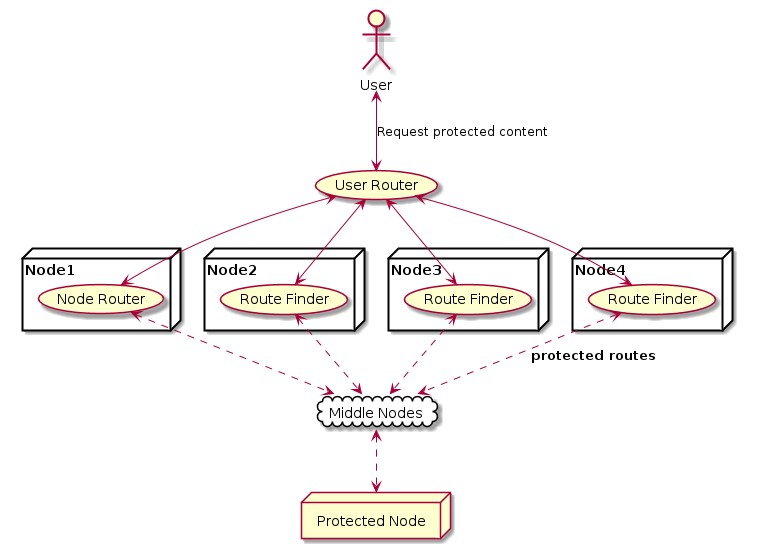
Above: img/protected-route.png in wetube/bitcloud (PlantUML), before the change. Source of this version:
```plantuml
@startuml
cloud "Middle Nodes" as MN {
}

node "Protected Node" as pnode
node Node1 {
(Node Router) as RF1
}
node Node2 {
(Route Finder) as RF2
}
node Node3 {
(Route Finder) as RF3
}
node Node4 {
(Route Finder) as RF4
}
RF1 <.down.> MN
RF2 <.down.> MN
RF3 <.down.> MN
RF4 <.down.> MN  : "<b>protected routes</b>"
(User Router) as RS
RS     <-down-> RF1
RS     <-down-> RF2
RS     <-down-> RF3
RS     <-down-> RF4
:User:     <-down-> RS : Request protected content
MN <.down.> pnode
@enduml
```
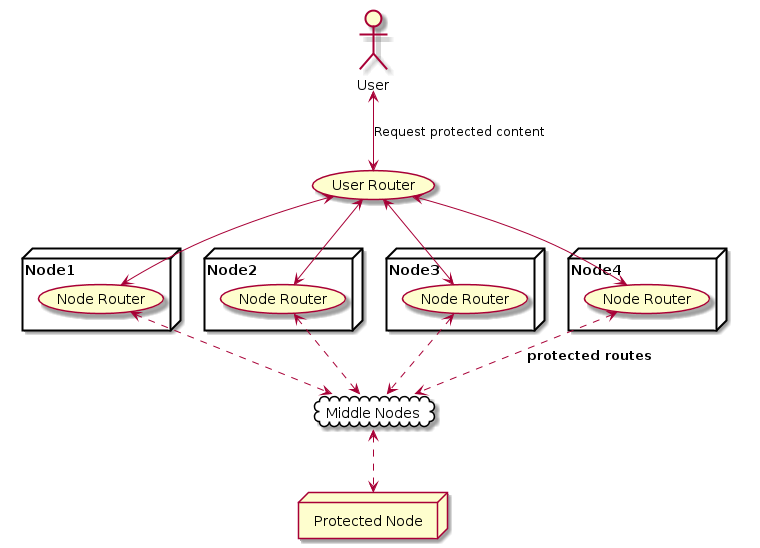
After the change.

Diff of the diagram source:
```diff
@@ -7,13 +7,13 @@
 (Node Router) as RF1
 }
 node Node2 {
-(Route Finder) as RF2
+(Node Router) as RF2
 }
 node Node3 {
-(Route Finder) as RF3
+(Node Router) as RF3
 }
 node Node4 {
-(Route Finder) as RF4
+(Node Router) as RF4
 }
 RF1 <.down.> MN
 RF2 <.down.> MN
```
